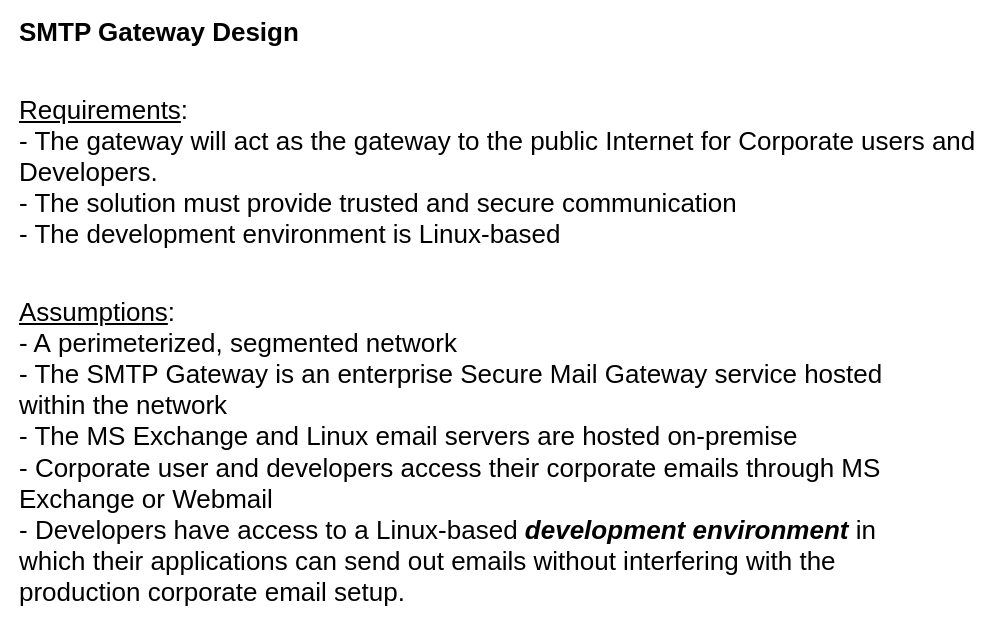
dachachacha/dotfiles keeps this draw.io diagram as page "Requirements and Assumptions" (1 of 4) of SMTP Gateway.drawio. Above is the earlier version. Source tidied: cells renumbered, new cells numbered last; positions are measured from the earlier drawing's top-left corner, leaving out a move shared by most shapes. Both pictures are drawn from the tidied source at 100%, with x=0, y=0 at pixel (17, 17).
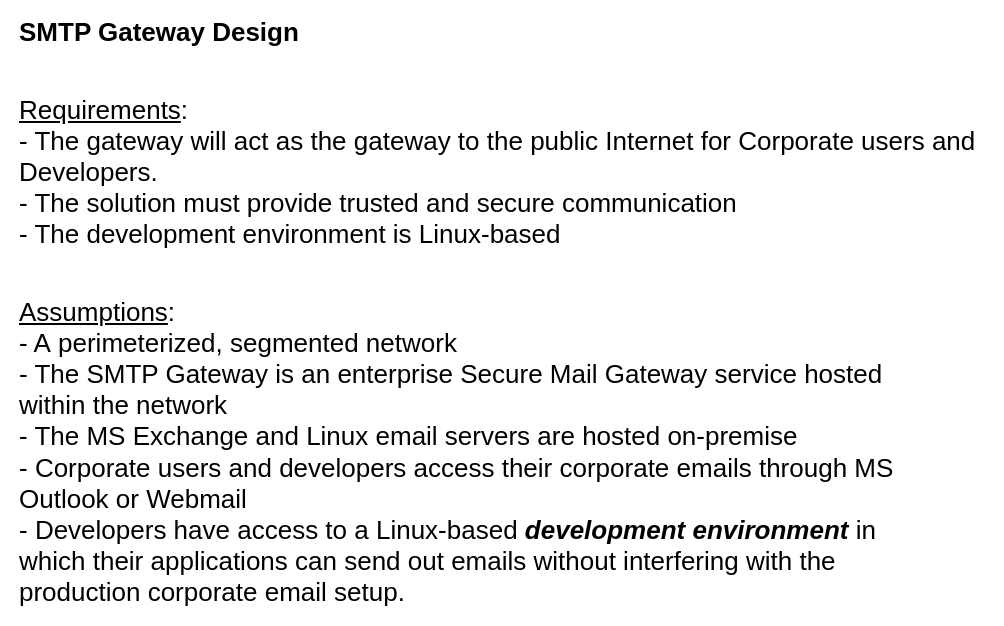
Above is the later version.

Change to the diagram source:
```diff
@@
 <mxGraphModel>
   <root>
     <mxCell id="0" />
     <mxCell id="1" parent="0" />
-    <mxCell id="2" value="&lt;u&gt;Assumptions&lt;/u&gt;:&amp;nbsp;&lt;br&gt;&lt;div style=&quot;&quot;&gt;&lt;span style=&quot;background-color: initial;&quot;&gt;- A&lt;/span&gt;&lt;span style=&quot;background-color: initial;&quot;&gt;&amp;nbsp;perimeterized, segmented network&lt;/span&gt;&lt;/div&gt;&lt;div style=&quot;&quot;&gt;&lt;span style=&quot;background-color: initial;&quot;&gt;- The SMTP Gateway is an enterprise&amp;nbsp;Secure Mail Gateway service hosted within the network&lt;/span&gt;&lt;/div&gt;&lt;div style=&quot;&quot;&gt;&lt;span style=&quot;background-color: initial;&quot;&gt;- The MS Exchange and Linux email servers are hosted on-premise&lt;/span&gt;&lt;/div&gt;&lt;div style=&quot;&quot;&gt;&lt;span style=&quot;background-color: initial;&quot;&gt;- Corporate user and developers access their corporate emails through MS Exchange or Webmail&lt;/span&gt;&lt;/div&gt;&lt;div style=&quot;&quot;&gt;&lt;span style=&quot;background-color: initial;&quot;&gt;- Developers have access to a Linux-based&amp;nbsp;&lt;i&gt;&lt;b&gt;development&lt;/b&gt;&lt;/i&gt; &lt;i&gt;&lt;b&gt;environment&lt;/b&gt;&lt;/i&gt; in which their applications can send out emails without interfering with the production corporate email setup.&amp;nbsp;&lt;/span&gt;&lt;/div&gt;" style="text;html=1;strokeColor=none;fillColor=none;align=left;verticalAlign=middle;whiteSpace=wrap;rounded=0;fontSize=26;" parent="1" vertex="1">
+    <mxCell id="2" value="&lt;u&gt;Assumptions&lt;/u&gt;:&amp;nbsp;&lt;br&gt;&lt;div style=&quot;&quot;&gt;&lt;span style=&quot;background-color: initial;&quot;&gt;- A&lt;/span&gt;&lt;span style=&quot;background-color: initial;&quot;&gt;&amp;nbsp;perimeterized, segmented network&lt;/span&gt;&lt;/div&gt;&lt;div style=&quot;&quot;&gt;&lt;span style=&quot;background-color: initial;&quot;&gt;- The SMTP Gateway is an enterprise&amp;nbsp;Secure Mail Gateway service hosted within the network&lt;/span&gt;&lt;/div&gt;&lt;div style=&quot;&quot;&gt;&lt;span style=&quot;background-color: initial;&quot;&gt;- The MS Exchange and Linux email servers are hosted on-premise&lt;/span&gt;&lt;/div&gt;&lt;div style=&quot;&quot;&gt;&lt;span style=&quot;background-color: initial;&quot;&gt;- Corporate users and developers access their corporate emails through MS Outlook or Webmail&lt;/span&gt;&lt;/div&gt;&lt;div style=&quot;&quot;&gt;&lt;span style=&quot;background-color: initial;&quot;&gt;- Developers have access to a Linux-based&amp;nbsp;&lt;i&gt;&lt;b&gt;development&lt;/b&gt;&lt;/i&gt; &lt;i&gt;&lt;b&gt;environment&lt;/b&gt;&lt;/i&gt; in which their applications can send out emails without interfering with the production corporate email setup.&amp;nbsp;&lt;/span&gt;&lt;/div&gt;" style="text;html=1;strokeColor=none;fillColor=none;align=left;verticalAlign=middle;whiteSpace=wrap;rounded=0;fontSize=26;" parent="1" vertex="1">
       <mxGeometry y="420" width="920" height="30" as="geometry" />
     </mxCell>
     <mxCell id="3" value="&lt;u&gt;Requirements&lt;/u&gt;:&amp;nbsp;&lt;br&gt;- The gateway will act as the gateway to the public Internet for Corporate users and Developers.&lt;br&gt;&lt;div style=&quot;&quot;&gt;&lt;span style=&quot;background-color: initial;&quot;&gt;- The solution must provide trusted and secure communication&lt;/span&gt;&lt;/div&gt;&lt;div style=&quot;&quot;&gt;&lt;span style=&quot;background-color: initial;&quot;&gt;- The development environment is Linux-based&lt;/span&gt;&lt;/div&gt;" style="text;html=1;strokeColor=none;fillColor=none;align=left;verticalAlign=middle;whiteSpace=wrap;rounded=0;fontSize=26;" parent="1" vertex="1">
       <mxGeometry y="140" width="970" height="30" as="geometry" />
     </mxCell>
     <mxCell id="4" value="SMTP Gateway Design" style="text;html=1;strokeColor=none;fillColor=none;align=left;verticalAlign=middle;whiteSpace=wrap;rounded=0;fontSize=26;fontStyle=1;" parent="1" vertex="1">
       <mxGeometry width="385" height="30" as="geometry" />
     </mxCell>
   </root>
 </mxGraphModel>
```
